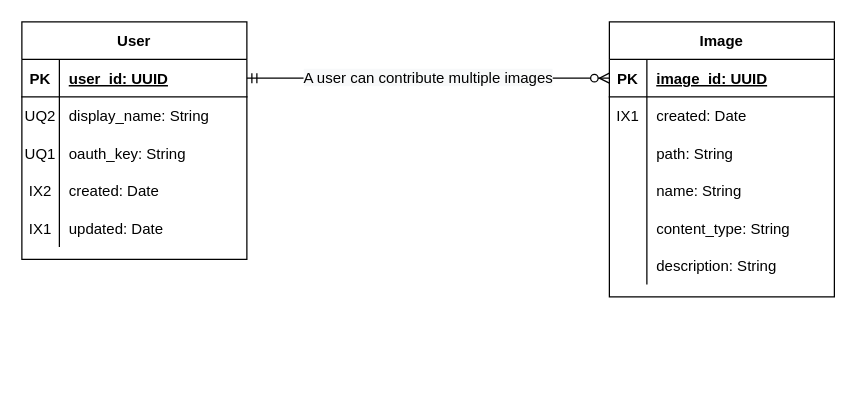
Earlier version of the draw.io diagram docs/deepdive-gallery-service.drawio (tnordquist/deepdive-gallery-service). Source tidied: cells renumbered, new cells numbered last; positions are measured from the earlier drawing's top-left corner, leaving out a move shared by most shapes. Both pictures are drawn from the tidied source at 125%, with x=0, y=0 at pixel (21, 21).
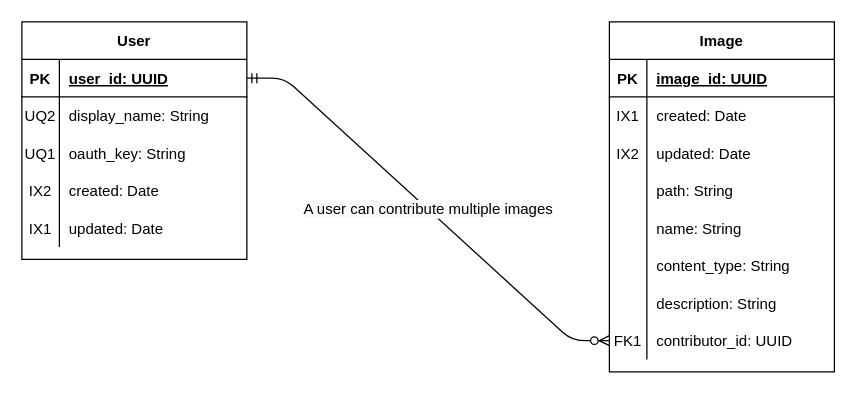
The same page after the edit.

Unchanged cells that the change refers to:
```xml
<mxCell id="3" style="shape=partialRectangle;fillColor=none;top=0;left=0;bottom=1;right=0;points=[[0,0.5],[1,0.5]];portConstraint=eastwest;" parent="2" vertex="1">
  <mxGeometry y="30" width="180" height="30" as="geometry" />
</mxCell>
<mxCell id="19" style="shape=partialRectangle;fillColor=none;top=0;left=0;bottom=1;right=0;points=[[0,0.5],[1,0.5]];portConstraint=eastwest;" parent="18" vertex="1">
  <mxGeometry y="30" width="180" height="30" as="geometry" />
</mxCell>
```

Diff of the diagram source:
```diff
@@
     <mxCell id="18" value="Image" style="shape=table;startSize=30;childLayout=tableLayout;rowLines=0;fontStyle=1;align=center;" parent="1" vertex="1">
-      <mxGeometry x="470" width="180" height="220" as="geometry" />
+      <mxGeometry x="470" width="180" height="280" as="geometry" />
     </mxCell>
@@
+    <mxCell id="38" style="shape=partialRectangle;fillColor=none;top=0;left=0;bottom=0;right=0;" parent="18" vertex="1">
+      <mxGeometry y="90" width="180" height="30" as="geometry" />
+    </mxCell>
+    <mxCell id="39" value="IX2" style="shape=partialRectangle;fillColor=none;top=0;left=0;bottom=0;right=0;overflow=hidden;" parent="38" vertex="1">
+      <mxGeometry width="30" height="30" as="geometry" />
+    </mxCell>
+    <mxCell id="40" value="updated: Date" style="shape=partialRectangle;fillColor=none;top=0;left=0;bottom=0;right=0;align=left;spacingLeft=6;overflow=hidden;" parent="38" vertex="1">
+      <mxGeometry x="30" width="150" height="30" as="geometry" />
+    </mxCell>
     <mxCell id="25" style="shape=partialRectangle;fillColor=none;top=0;left=0;bottom=0;right=0;" parent="18" vertex="1">
-      <mxGeometry y="90" width="180" height="30" as="geometry" />
+      <mxGeometry y="120" width="180" height="30" as="geometry" />
     </mxCell>
@@
     <mxCell id="28" style="shape=partialRectangle;fillColor=none;top=0;left=0;bottom=0;right=0;fontStyle=0;" parent="18" vertex="1">
-      <mxGeometry y="120" width="180" height="30" as="geometry" />
+      <mxGeometry y="150" width="180" height="30" as="geometry" />
     </mxCell>
@@
     <mxCell id="31" style="shape=partialRectangle;fillColor=none;top=0;left=0;bottom=0;right=0;fontStyle=2;" parent="18" vertex="1">
-      <mxGeometry y="150" width="180" height="30" as="geometry" />
+      <mxGeometry y="180" width="180" height="30" as="geometry" />
     </mxCell>
@@
     <mxCell id="34" style="shape=partialRectangle;fillColor=none;top=0;left=0;bottom=0;right=0;fontStyle=2;" parent="18" vertex="1">
-      <mxGeometry y="180" width="180" height="30" as="geometry" />
+      <mxGeometry y="210" width="180" height="30" as="geometry" />
     </mxCell>
@@
+    <mxCell id="41" style="shape=partialRectangle;fillColor=none;top=0;left=0;bottom=0;right=0;points=[[0,0.5],[1,0.5]];portConstraint=eastwest;fontStyle=2;" parent="18" vertex="1">
+      <mxGeometry y="240" width="180" height="30" as="geometry" />
+    </mxCell>
+    <mxCell id="42" value="FK1" style="shape=partialRectangle;fillColor=none;top=0;left=0;bottom=0;right=0;overflow=hidden;" parent="41" vertex="1">
+      <mxGeometry width="30" height="30" as="geometry" />
+    </mxCell>
+    <mxCell id="43" value="contributor_id: UUID" style="shape=partialRectangle;fillColor=none;top=0;left=0;bottom=0;right=0;align=left;spacingLeft=6;overflow=hidden;direction=south;fontStyle=0;" parent="41" vertex="1">
+      <mxGeometry x="30" width="150" height="30" as="geometry" />
+    </mxCell>
-    <mxCell id="37" value="&lt;span style=&quot;font-style: normal ; background-color: rgb(248 , 249 , 250)&quot;&gt;A user can contribute multiple images&lt;br&gt;&lt;/span&gt;" style="edgeStyle=entityRelationEdgeStyle;fontSize=12;html=1;endArrow=ERzeroToMany;startArrow=ERmandOne;exitX=1;exitY=0.5;exitDx=0;exitDy=0;entryX=0;entryY=0.5;entryDx=0;entryDy=0;fontStyle=2;" parent="1" edge="1" source="3" target="19">
+    <mxCell id="37" value="&lt;span style=&quot;font-style: normal ; background-color: rgb(248 , 249 , 250)&quot;&gt;A user can contribute multiple images&lt;br&gt;&lt;/span&gt;" style="edgeStyle=entityRelationEdgeStyle;fontSize=12;html=1;endArrow=ERzeroToMany;startArrow=ERmandOne;exitX=1;exitY=0.5;exitDx=0;exitDy=0;entryX=0;entryY=0.5;entryDx=0;entryDy=0;fontStyle=2;" parent="1" edge="1" source="3" target="41">
       <mxGeometry relative="1" as="geometry" />
     </mxCell>
```
